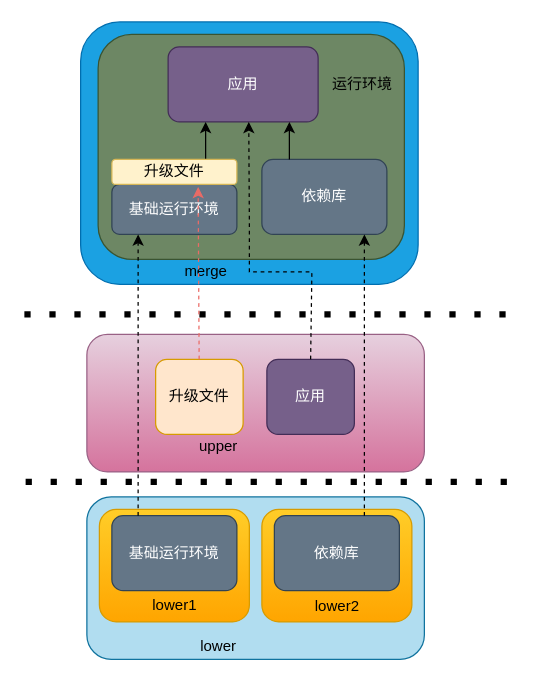
This is page "第 3 页" (3 of 4) of appcomparch.drawio from Doorer/draw.io-1, a draw.io file, before an edit. Source tidied: cells renumbered, new cells numbered last; positions are measured from the earlier drawing's top-left corner, leaving out a move shared by most shapes. Both pictures are drawn from the tidied source at 125%, with x=0, y=0 at pixel (24, 21).
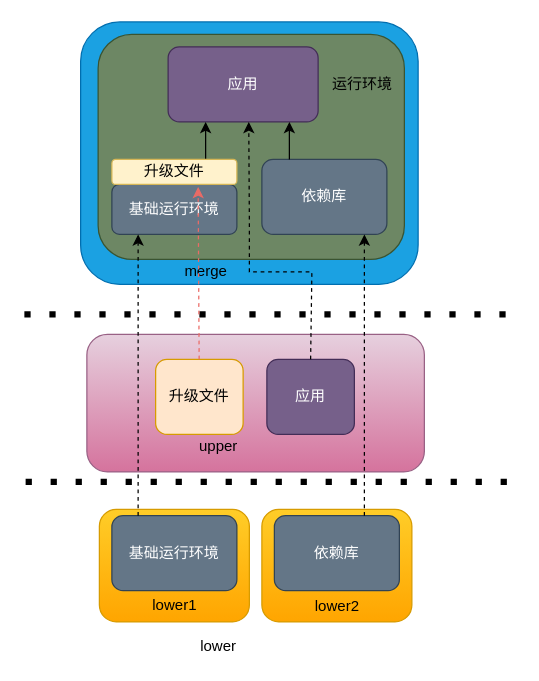
The same diagram, later.

What changed in the source:
```diff
@@
-    <mxCell id="2" style="rounded=1;whiteSpace=wrap;html=1;fillColor=#b1ddf0;strokeColor=#10739e;" parent="1" vertex="1">
-      <mxGeometry x="50" y="380" width="270" height="130" as="geometry" />
-    </mxCell>
```
